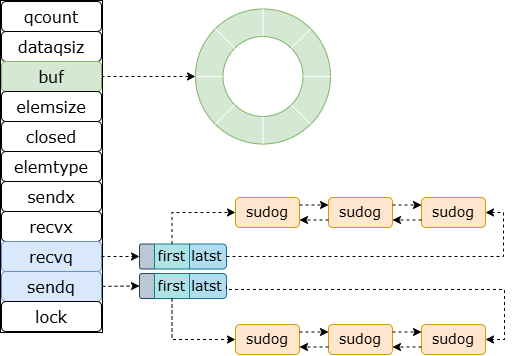
Earlier version of the draw.io export go/channel 结构体.drawio.png (guxdong/imgrepo). Source tidied: cells renumbered, new cells last; positions are measured from the earlier drawing's top-left corner, leaving out a move shared by most shapes.
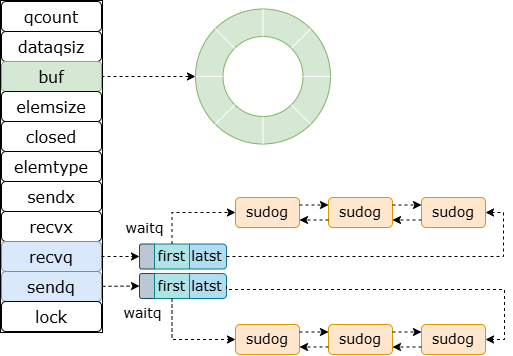
After the change.

Commit message:
更新channel 结构体.drawio.png

Diff of the diagram source:
```diff
@@ -171,5 +171,11 @@
     <mxCell id="54" style="endArrow=classic;html=1;rounded=0;exitX=1;exitY=0.861;exitDx=0;exitDy=0;entryX=0;entryY=0.5;entryDx=0;entryDy=0;exitPerimeter=0;dashed=1;" parent="1" edge="1" source="15" target="33">
       <mxGeometry relative="1" as="geometry" />
     </mxCell>
+    <mxCell id="55" value="&lt;font style=&quot;font-size: 14px;&quot; face=&quot;Verdana&quot;&gt;waitq&lt;/font&gt;" style="text;html=1;align=center;verticalAlign=middle;strokeColor=none;fillColor=none;" parent="1" vertex="1">
+      <mxGeometry x="115" y="213" width="57" height="30" as="geometry" />
+    </mxCell>
+    <mxCell id="56" value="&lt;font style=&quot;font-size: 14px;&quot; face=&quot;Verdana&quot;&gt;waitq&lt;/font&gt;" style="text;html=1;align=center;verticalAlign=middle;strokeColor=none;fillColor=none;" parent="1" vertex="1">
+      <mxGeometry x="114" y="298" width="57" height="30" as="geometry" />
+    </mxCell>
   </root>
 </mxGraphModel>
```
